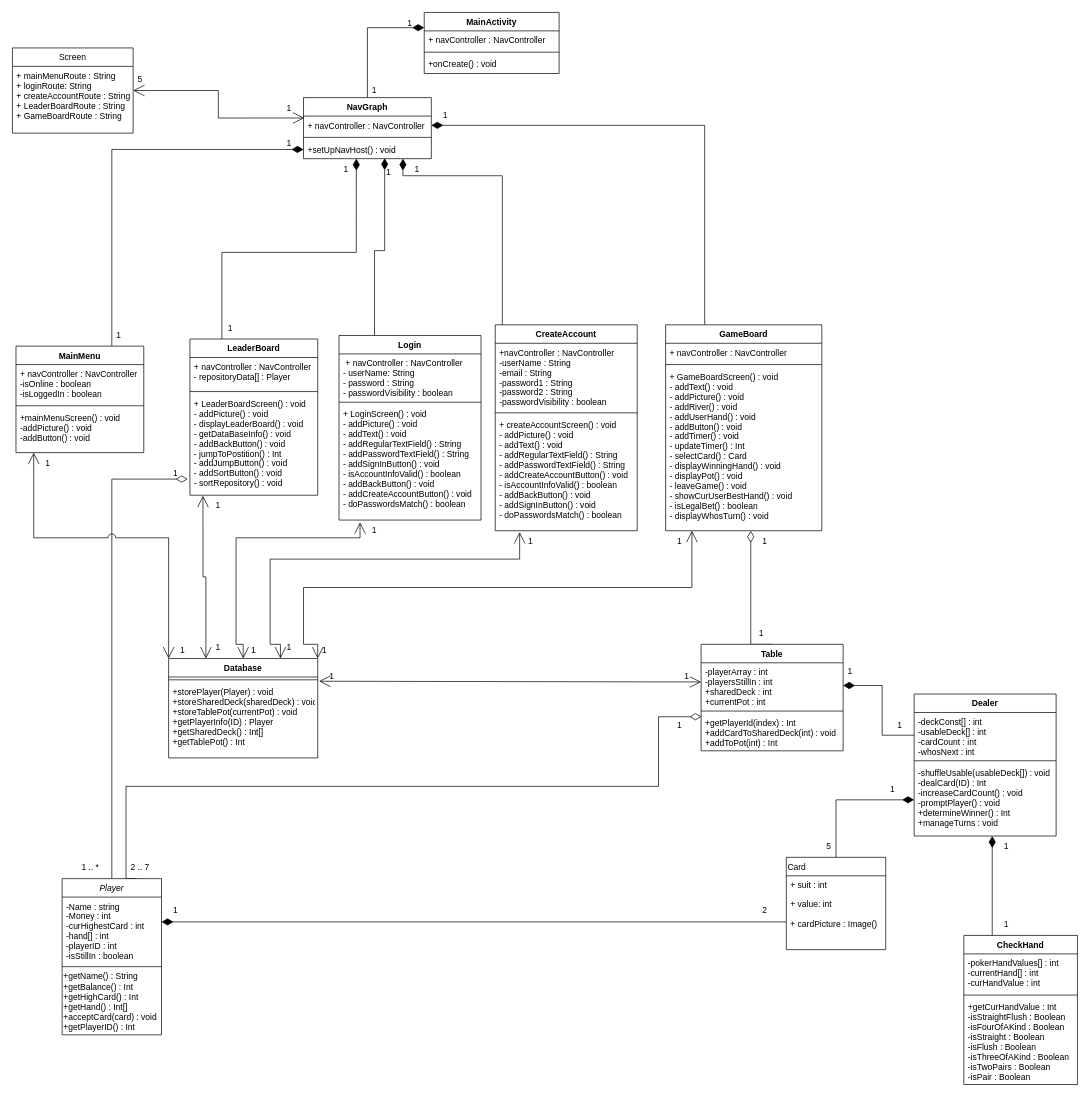
pierce-powell/ProcessesPoker keeps this draw.io diagram as ClassDiagramUML.drawio. Above is the earlier version. Source tidied: cells renumbered, new cells numbered last; positions are measured from the earlier drawing's top-left corner, leaving out a move shared by most shapes. Both pictures are drawn from the tidied source at 71%, with x=0, y=0 at pixel (12, 12).
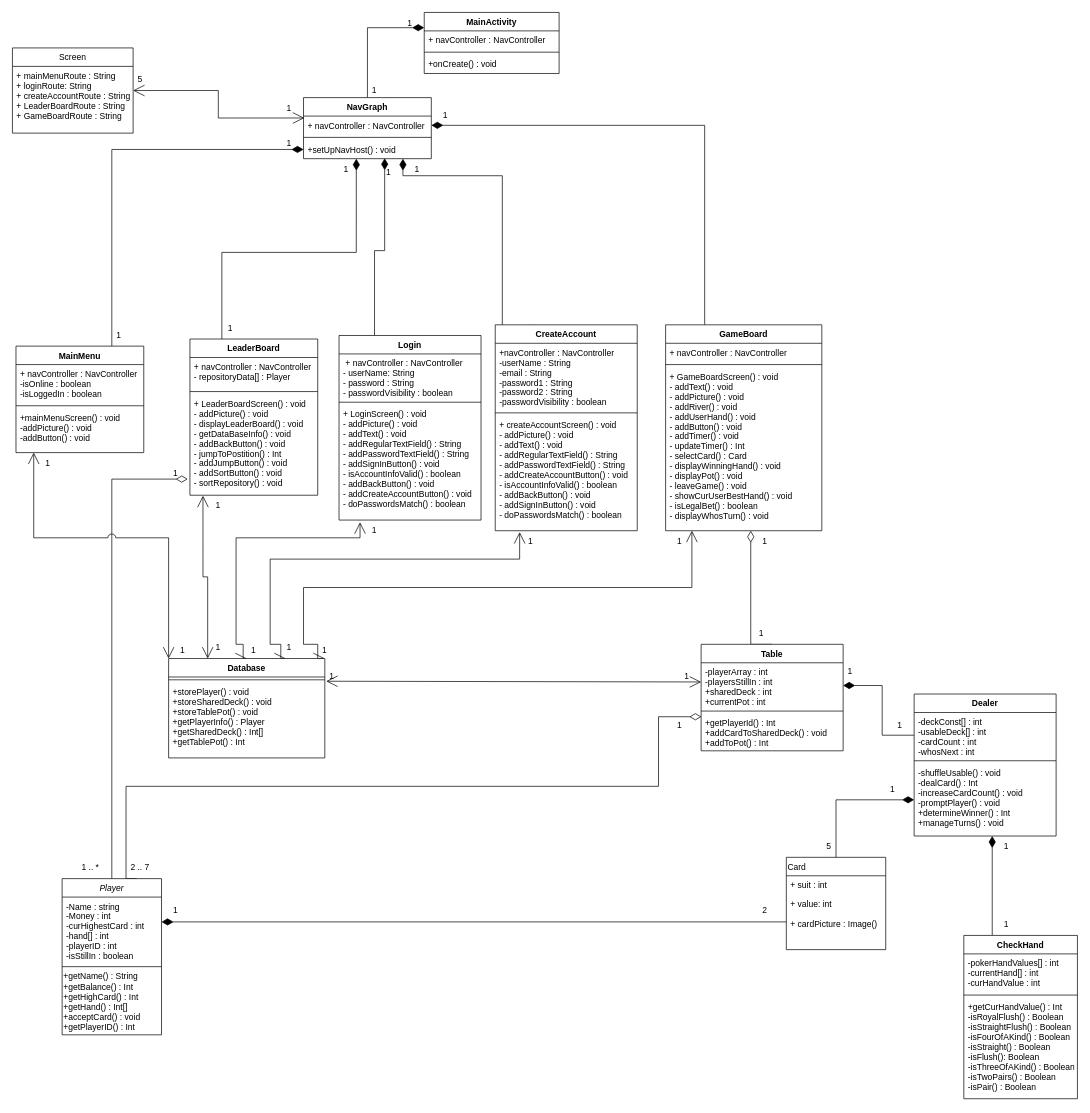
The same page after the edit.

Unchanged cells that the change refers to:
```xml
<mxCell id="4" value="Player" style="swimlane;fontStyle=2;align=center;verticalAlign=top;horizontal=1;startSize=26;rounded=0;shadow=0;strokeWidth=1;" parent="1" vertex="1">
  <mxGeometry x="70" y="1220" width="140" height="220" as="geometry" />
</mxCell>
<mxCell id="8" value="Dealer" style="swimlane;fontStyle=1;align=center;verticalAlign=top;horizontal=1;startSize=26;" parent="1" vertex="1">
  <mxGeometry x="1270" y="960" width="200" height="200" as="geometry" />
</mxCell>
<mxCell id="17" value="Table" style="swimlane;fontStyle=1;align=center;verticalAlign=top;horizontal=1;startSize=26;" parent="1" vertex="1">
  <mxGeometry x="970" y="890" width="200" height="150" as="geometry" />
</mxCell>
```

What changed in the source:
```diff
@@
-    <mxCell id="7" value="+getName() : String&lt;br&gt;+getBalance() : Int&lt;br&gt;+getHighCard() : Int&lt;br&gt;+getHand() : Int[]&lt;br&gt;+acceptCard(card) : void&lt;br&gt;+getPlayerID() : Int" style="text;html=1;strokeColor=none;fillColor=none;align=left;verticalAlign=middle;whiteSpace=wrap;rounded=0;" parent="4" vertex="1">
+    <mxCell id="7" value="+getName() : String&lt;br&gt;+getBalance() : Int&lt;br&gt;+getHighCard() : Int&lt;br&gt;+getHand() : Int[]&lt;br&gt;+acceptCard() : void&lt;br&gt;+getPlayerID() : Int" style="text;html=1;strokeColor=none;fillColor=none;align=left;verticalAlign=middle;whiteSpace=wrap;rounded=0;" parent="4" vertex="1">
       <mxGeometry y="128" width="140" height="92" as="geometry" />
     </mxCell>
@@
-    <mxCell id="11" value="-shuffleUsable(usableDeck[]) : void&#10;-dealCard(ID) : Int&#10;-increaseCardCount() : void&#10;-promptPlayer() : void&#10;+determineWinner() : Int&#10;+manageTurns : void" style="text;strokeColor=none;fillColor=none;align=left;verticalAlign=top;spacingLeft=4;spacingRight=4;overflow=hidden;points=[[0,0.5],[1,0.5]];portConstraint=eastwest;" parent="8" vertex="1">
+    <mxCell id="11" value="-shuffleUsable() : void&#10;-dealCard() : Int&#10;-increaseCardCount() : void&#10;-promptPlayer() : void&#10;+determineWinner() : Int&#10;+manageTurns() : void" style="text;strokeColor=none;fillColor=none;align=left;verticalAlign=top;spacingLeft=4;spacingRight=4;overflow=hidden;points=[[0,0.5],[1,0.5]];portConstraint=eastwest;" parent="8" vertex="1">
       <mxGeometry y="98" width="200" height="102" as="geometry" />
     </mxCell>
@@
-    <mxCell id="20" value="+getPlayerId(index) : Int&#10;+addCardToSharedDeck(int) : void&#10;+addToPot(int) : Int" style="text;strokeColor=none;fillColor=none;align=left;verticalAlign=top;spacingLeft=4;spacingRight=4;overflow=hidden;points=[[0,0.5],[1,0.5]];portConstraint=eastwest;" parent="17" vertex="1">
+    <mxCell id="20" value="+getPlayerId() : Int&#10;+addCardToSharedDeck() : void&#10;+addToPot() : Int" style="text;strokeColor=none;fillColor=none;align=left;verticalAlign=top;spacingLeft=4;spacingRight=4;overflow=hidden;points=[[0,0.5],[1,0.5]];portConstraint=eastwest;" parent="17" vertex="1">
       <mxGeometry y="98" width="200" height="52" as="geometry" />
     </mxCell>
@@
     <mxCell id="26" value="Database" style="swimlane;fontStyle=1;align=center;verticalAlign=top;horizontal=1;startSize=26;" parent="1" vertex="1">
-      <mxGeometry x="220" y="910" width="210" height="140" as="geometry" />
+      <mxGeometry x="220" y="910" width="220" height="140" as="geometry" />
     </mxCell>
     <mxCell id="27" style="line;strokeWidth=1;fillColor=none;align=left;verticalAlign=middle;spacingTop=-1;spacingLeft=3;spacingRight=3;labelPosition=right;points=[];portConstraint=eastwest;" parent="26" vertex="1">
-      <mxGeometry y="26" width="210" height="8" as="geometry" />
+      <mxGeometry y="26" width="220" height="8" as="geometry" />
     </mxCell>
-    <mxCell id="28" value="+storePlayer(Player) : void&#10;+storeSharedDeck(sharedDeck) : void&#10;+storeTablePot(currentPot) : void&#10;+getPlayerInfo(ID) : Player&#10;+getSharedDeck() : Int[]&#10;+getTablePot() : Int" style="text;strokeColor=none;fillColor=none;align=left;verticalAlign=top;spacingLeft=4;spacingRight=4;overflow=hidden;" parent="26" vertex="1">
-      <mxGeometry y="34" width="210" height="106" as="geometry" />
+    <mxCell id="28" value="+storePlayer() : void&#10;+storeSharedDeck() : void&#10;+storeTablePot() : void&#10;+getPlayerInfo() : Player&#10;+getSharedDeck() : Int[]&#10;+getTablePot() : Int" style="text;strokeColor=none;fillColor=none;align=left;verticalAlign=top;spacingLeft=4;spacingRight=4;overflow=hidden;" parent="26" vertex="1">
+      <mxGeometry y="34" width="220" height="106" as="geometry" />
     </mxCell>
@@
     <mxCell id="30" value="CheckHand" style="swimlane;fontStyle=1;align=center;verticalAlign=top;horizontal=1;startSize=26;" parent="1" vertex="1">
-      <mxGeometry x="1340" y="1300" width="160" height="210" as="geometry" />
+      <mxGeometry x="1340" y="1300" width="160" height="230" as="geometry" />
     </mxCell>
@@
-    <mxCell id="33" value="+getCurHandValue : Int&#10;-isStraightFlush : Boolean&#10;-isFourOfAKind : Boolean&#10;-isStraight : Boolean&#10;-isFlush : Boolean&#10;-isThreeOfAKind : Boolean&#10;-isTwoPairs : Boolean&#10;-isPair : Boolean" style="text;strokeColor=none;fillColor=none;align=left;verticalAlign=top;spacingLeft=4;spacingRight=4;overflow=hidden;" parent="30" vertex="1">
-      <mxGeometry y="88" width="160" height="122" as="geometry" />
+    <mxCell id="33" value="+getCurHandValue() : Int&#10;-isRoyalFlush() : Boolean&#10;-isStraightFlush() : Boolean&#10;-isFourOfAKind() : Boolean&#10;-isStraight() : Boolean&#10;-isFlush(): Boolean&#10;-isThreeOfAKind() : Boolean&#10;-isTwoPairs() : Boolean&#10;-isPair() : Boolean" style="text;strokeColor=none;fillColor=none;align=left;verticalAlign=top;spacingLeft=4;spacingRight=4;overflow=hidden;" parent="30" vertex="1">
+      <mxGeometry y="88" width="160" height="142" as="geometry" />
     </mxCell>
```
